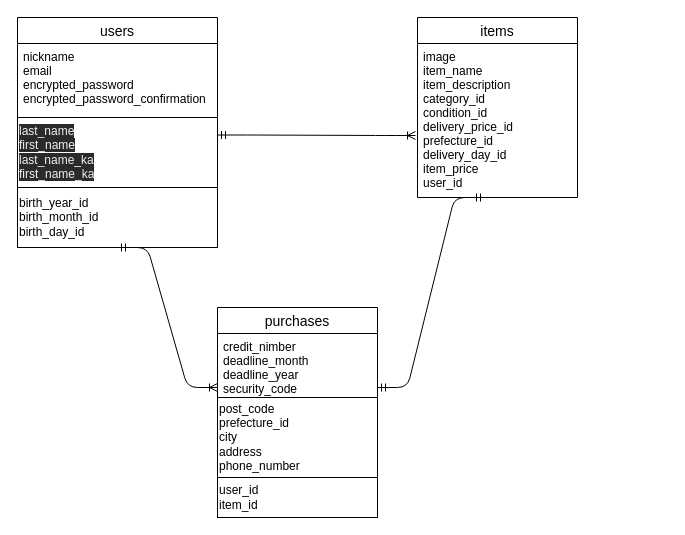
This is er.dio from teru-sei/furima-35973, a draw.io file, before an edit. Source tidied: cells renumbered, new cells numbered last; positions are measured from the earlier drawing's top-left corner, leaving out a move shared by most shapes. Both pictures are drawn from the tidied source at 100%, with x=0, y=0 at pixel (17, 17).
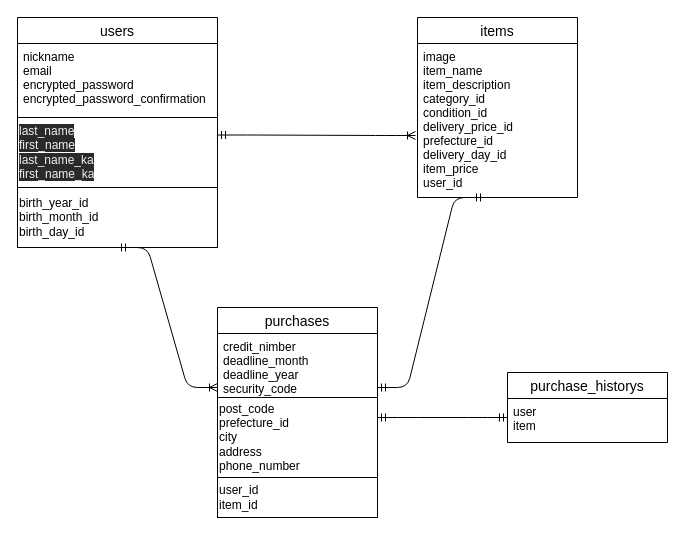
The same page after the edit.

The change refers to these unchanged cells:
```xml
<mxCell id="6" value="post_code&lt;br&gt;prefecture_id&lt;br&gt;city&lt;br&gt;address&lt;br&gt;phone_number" style="whiteSpace=wrap;html=1;align=left;" parent="1" vertex="1">
  <mxGeometry x="200" y="380" width="160" height="80" as="geometry" />
</mxCell>
```

What changed in the source:
```diff
@@
+    <mxCell id="15" value="purchase_historys" style="swimlane;fontStyle=0;horizontal=1;startSize=26;align=center;fontSize=14;" parent="1" vertex="1">
+      <mxGeometry x="490" y="355" width="160" height="70" as="geometry" />
+    </mxCell>
+    <mxCell id="16" value="user&#10;item" style="text;strokeColor=none;fillColor=none;spacingLeft=4;spacingRight=4;overflow=hidden;fontSize=12;" parent="15" vertex="1">
+      <mxGeometry y="26" width="160" height="44" as="geometry" />
+    </mxCell>
+    <mxCell id="17" style="edgeStyle=entityRelationEdgeStyle;fontSize=12;html=1;endArrow=ERmandOne;startArrow=ERmandOne;exitX=1;exitY=0.25;exitDx=0;exitDy=0;" parent="1" edge="1" source="6">
+      <mxGeometry relative="1" as="geometry">
+        <mxPoint x="490" y="400" as="targetPoint" />
+      </mxGeometry>
+    </mxCell>
```
